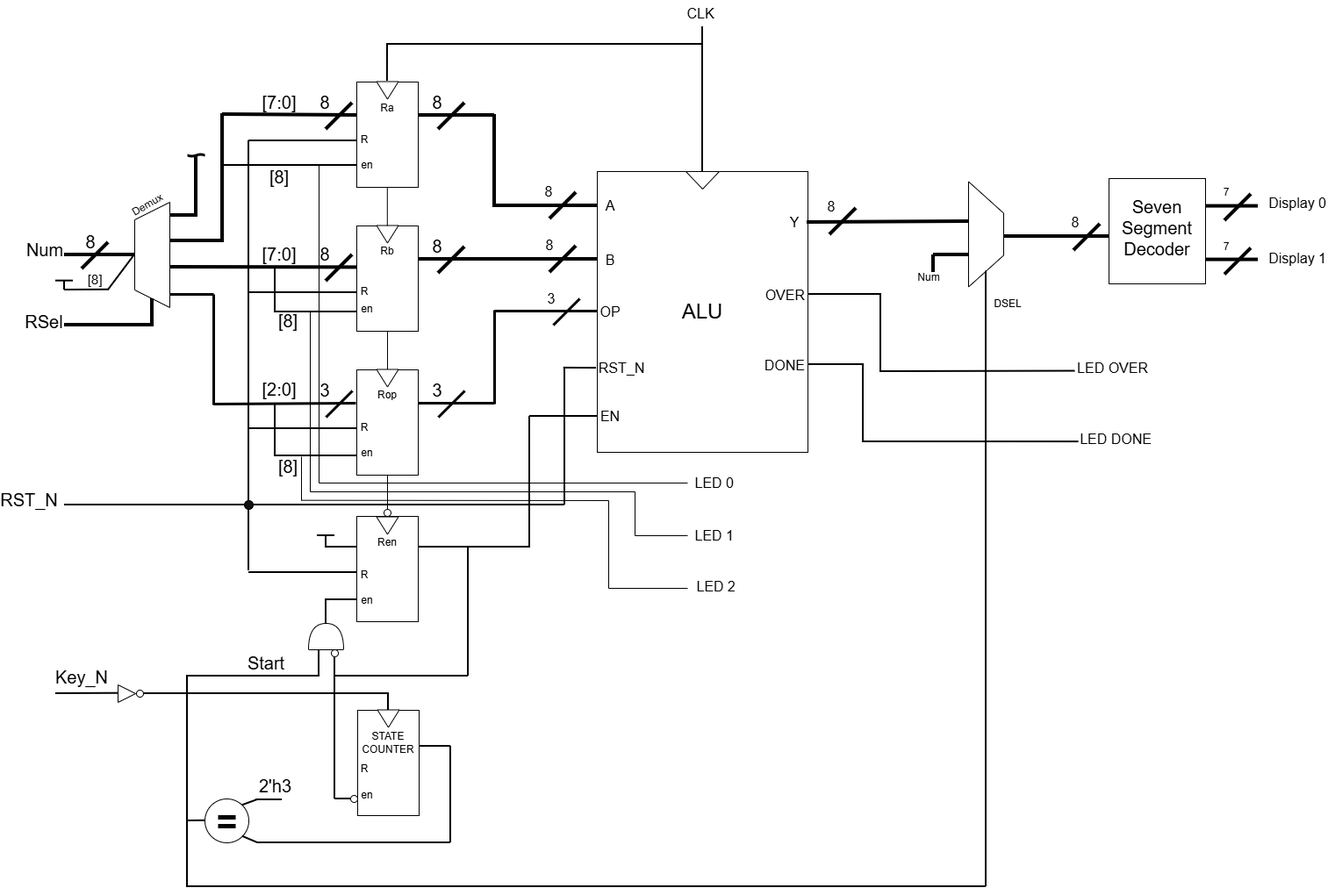
MF-ECE2028/Project-ALU keeps this draw.io diagram as Documentation/Diagrams/alu_demo_schematic.png. Above is the earlier version. Source tidied: cells renumbered, new cells last; positions are measured from the earlier drawing's top-left corner, leaving out a move shared by most shapes.
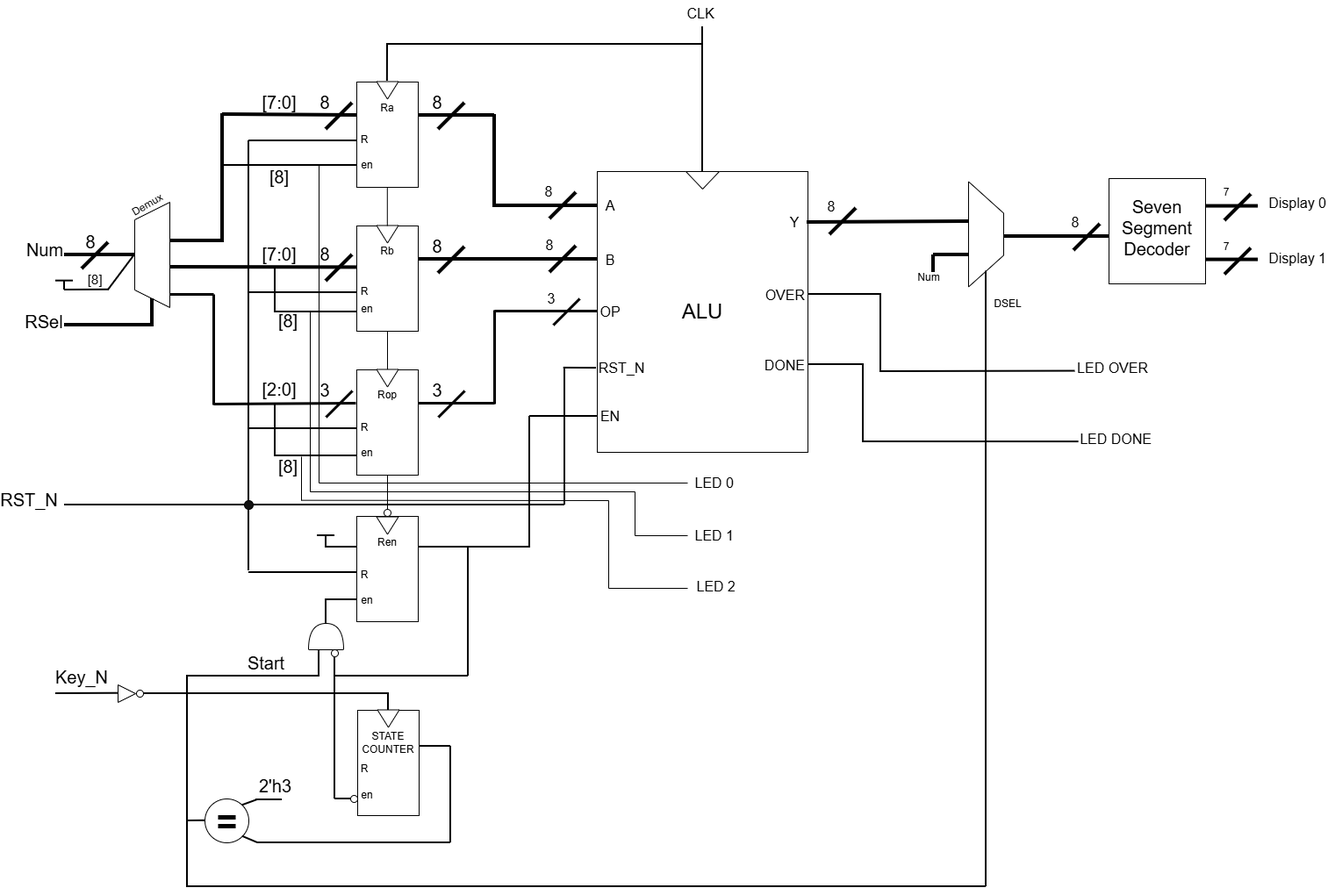
Above is the later version.

What changed in the source:
```diff
@@ -36,12 +36,6 @@
     <mxCell id="9" value="RSel" style="text;html=1;whiteSpace=wrap;strokeColor=none;fillColor=none;align=center;verticalAlign=middle;rounded=0;fontSize=20;" parent="1" vertex="1">
       <mxGeometry x="17" y="351" width="60" height="30" as="geometry" />
     </mxCell>
-    <mxCell id="10" style="endArrow=none;html=1;rounded=0;strokeWidth=4;" parent="1" edge="1">
-      <mxGeometry relative="1" as="geometry">
-        <mxPoint x="190" y="245" as="sourcePoint" />
-        <mxPoint x="220" y="245" as="targetPoint" />
-      </mxGeometry>
-    </mxCell>
     <mxCell id="11" style="endArrow=none;html=1;rounded=0;strokeWidth=4;" parent="1" edge="1">
       <mxGeometry relative="1" as="geometry">
         <mxPoint x="190" y="274" as="sourcePoint" />
@@ -59,15 +53,6 @@
         <mxPoint x="240" y="335" as="targetPoint" />
       </mxGeometry>
     </mxCell>
-    <mxCell id="14" style="endArrow=none;html=1;rounded=0;strokeWidth=4;" parent="1" edge="1">
-      <mxGeometry relative="1" as="geometry">
-        <mxPoint x="220" y="247" as="sourcePoint" />
-        <mxPoint x="220" y="177" as="targetPoint" />
-      </mxGeometry>
-    </mxCell>
-    <mxCell id="15" style="shape=tape;whiteSpace=wrap;html=1;fillColor=light-dark(#000000,#FFFFFF);strokeColor=light-dark(default, #ffffff);" parent="1" vertex="1">
-      <mxGeometry x="210" y="174" width="20" height="5" as="geometry" />
-    </mxCell>
     <mxCell id="16" style="rounded=0;whiteSpace=wrap;html=1;rotation=90;" parent="1" vertex="1">
       <mxGeometry x="378" y="118" width="120" height="70" as="geometry" />
     </mxCell>
```
